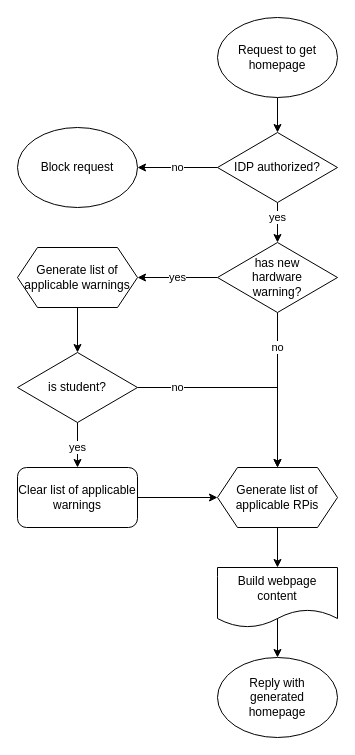
This is docs/diagrams/get-ip.drawio from B-McDonnell/autopi, a draw.io file, before an edit. Source tidied: cells renumbered, new cells numbered last; positions are measured from the earlier drawing's top-left corner, leaving out a move shared by most shapes. Both pictures are drawn from the tidied source at 100%, with x=0, y=0 at pixel (17, 17).
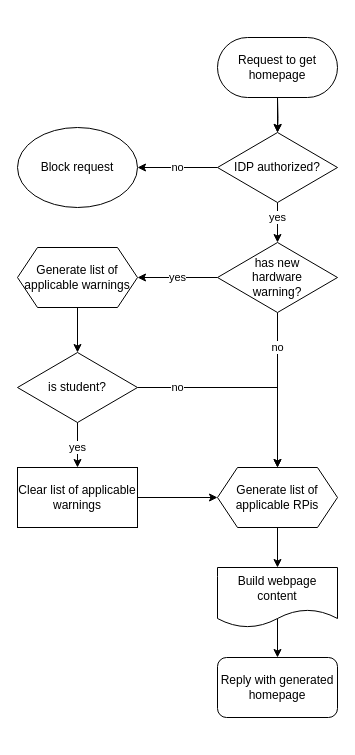
Above is the later version.

Unchanged cells that the change refers to:
```xml
<mxCell id="4" value="IDP authorized?" style="rhombus;whiteSpace=wrap;html=1;" parent="1" vertex="1">
  <mxGeometry x="200" y="115" width="120" height="70" as="geometry" />
</mxCell>
```

What changed in the source:
```diff
@@
-    <mxCell id="5" style="edgeStyle=orthogonalEdgeStyle;rounded=0;jettySize=auto;html=1;" parent="1" edge="1" source="6" target="4">
-      <mxGeometry relative="1" as="geometry" />
+    <mxCell id="5" style="edgeStyle=orthogonalEdgeStyle;rounded=0;jettySize=auto;html=1;" parent="1" edge="1" target="4">
+      <mxGeometry relative="1" as="geometry">
+        <mxPoint x="260" y="80" as="sourcePoint" />
+      </mxGeometry>
     </mxCell>
-    <mxCell id="6" value="Request to get homepage" style="ellipse;whiteSpace=wrap;html=1;" parent="1" vertex="1">
-      <mxGeometry x="200" width="120" height="80" as="geometry" />
-    </mxCell>
@@
-    <mxCell id="11" value="Clear list of applicable warnings" style="rounded=1;whiteSpace=wrap;html=1;" parent="1" vertex="1">
+    <mxCell id="11" value="Clear list of applicable warnings" style="rounded=1;whiteSpace=wrap;html=1;arcSize=0;" parent="1" vertex="1">
       <mxGeometry y="450" width="120" height="60" as="geometry" />
     </mxCell>
@@
-    <mxCell id="18" value="&lt;div&gt;Reply with &lt;br&gt;&lt;/div&gt;&lt;div&gt;generated&lt;/div&gt;&lt;div&gt; homepage&lt;/div&gt;" style="ellipse;whiteSpace=wrap;html=1;" parent="1" vertex="1">
-      <mxGeometry x="200" y="640" width="120" height="80" as="geometry" />
-    </mxCell>
@@
+    <mxCell id="23" style="edgeStyle=orthogonalEdgeStyle;rounded=0;jettySize=auto;html=1;exitX=0.5;exitY=1;exitDx=0;exitDy=0;" parent="1" edge="1" source="6" target="4">
+      <mxGeometry relative="1" as="geometry" />
+    </mxCell>
+    <mxCell id="6" value="Request to get homepage" style="rounded=1;whiteSpace=wrap;html=1;arcSize=50;" parent="1" vertex="1">
+      <mxGeometry x="200" y="20" width="120" height="60" as="geometry" />
+    </mxCell>
+    <mxCell id="18" value="Reply with generated homepage" style="rounded=1;whiteSpace=wrap;html=1;" parent="1" vertex="1">
+      <mxGeometry x="200" y="640" width="120" height="60" as="geometry" />
+    </mxCell>
```
